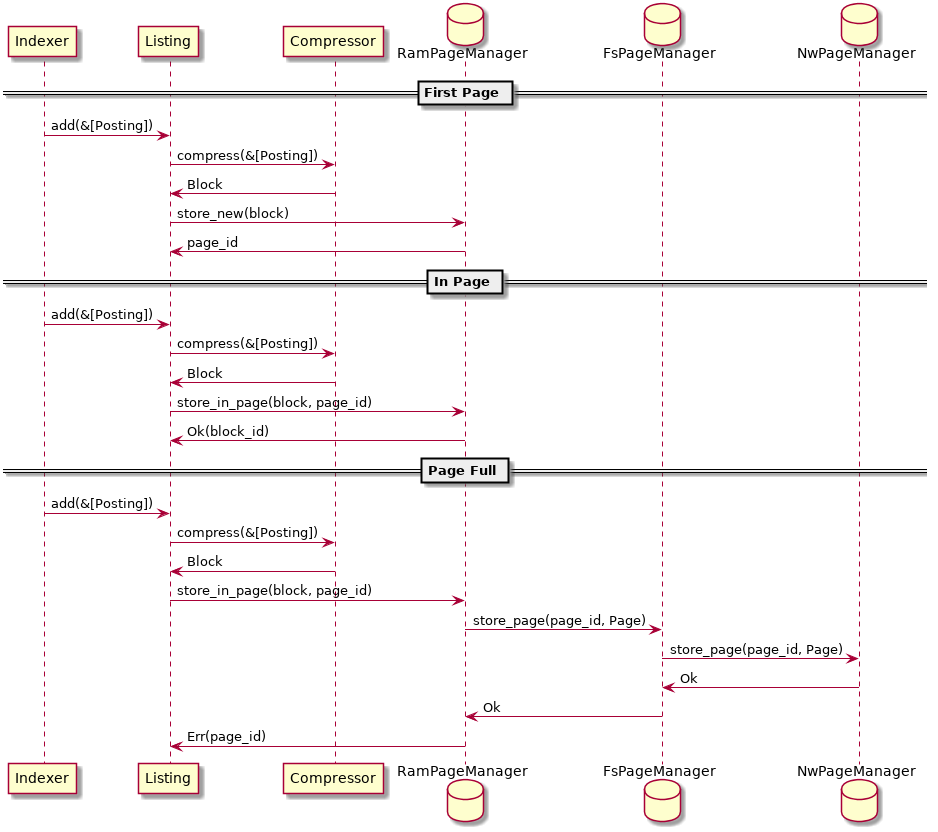
Above: notes/indexing_process.png in CurrySoftware/perlin (PlantUML), before the change.
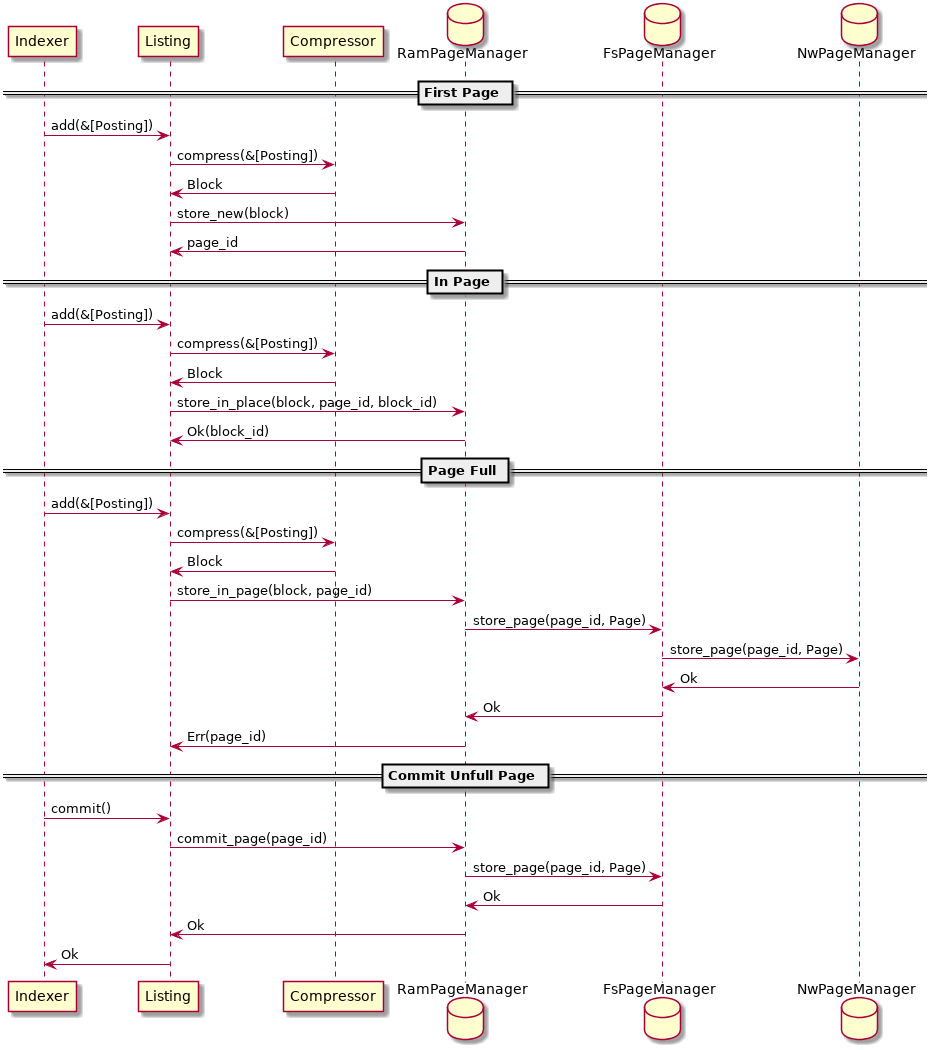
After the change.

Diff of the diagram source:
```diff
@@ -15,7 +15,7 @@
 Indexer -> Listing : add(&[Posting])
 Listing -> Compressor : compress(&[Posting])
 Compressor -> Listing : Block
-Listing -> RamPageManager : store_in_page(block, page_id)
+Listing -> RamPageManager : store_in_place(block, page_id, block_id)
 RamPageManager -> Listing : Ok(block_id)
 == Page Full ==
 Indexer -> Listing : add(&[Posting])
@@ -27,4 +27,11 @@
 NwPageManager -> FsPageManager : Ok
 FsPageManager -> RamPageManager : Ok
 RamPageManager -> Listing : Err(page_id)
+== Commit Unfull Page ==
+Indexer -> Listing : commit()
+Listing -> RamPageManager : commit_page(page_id)
+RamPageManager -> FsPageManager : store_page(page_id, Page)
+FsPageManager -> RamPageManager : Ok
+RamPageManager -> Listing : Ok
+Listing -> Indexer : Ok
 @enduml
```
